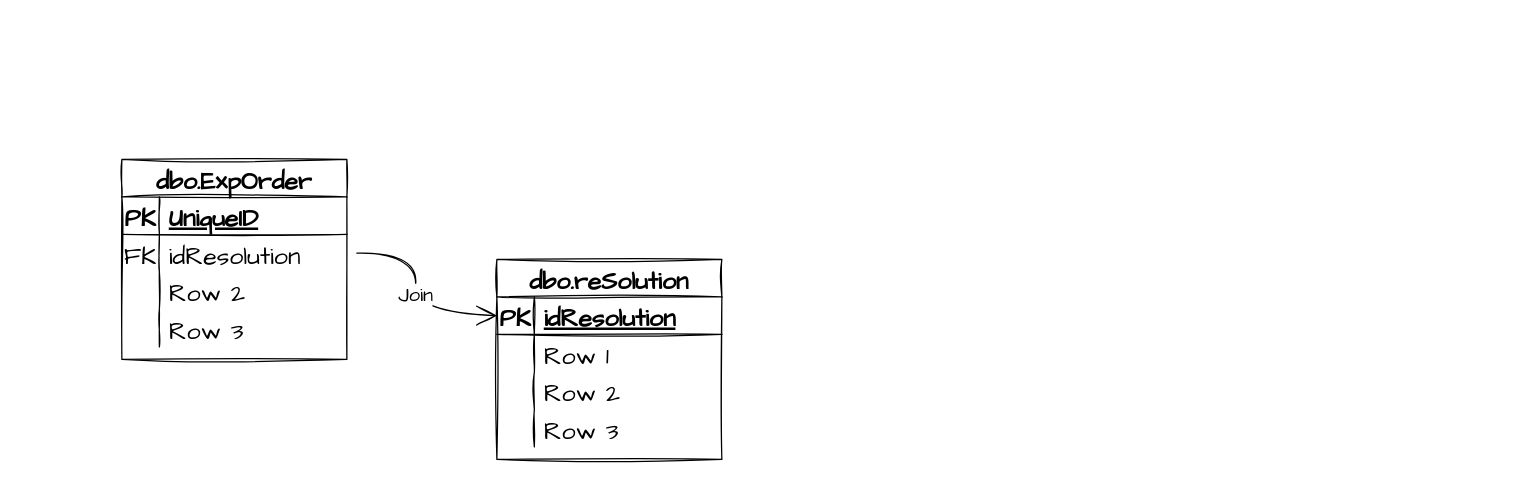
This is SQL/GRLS/dbo/StoredProc/GetRpTaskBMCP.sql/GetRpTaskBMCP.drawio from davyd0ff/so-line-grls, a draw.io file, before an edit. Source tidied: cells renumbered, new cells numbered last; positions are measured from the earlier drawing's top-left corner, leaving out a move shared by most shapes. Both pictures are drawn from the tidied source at 125%, with x=0, y=0 at pixel (121, 159).
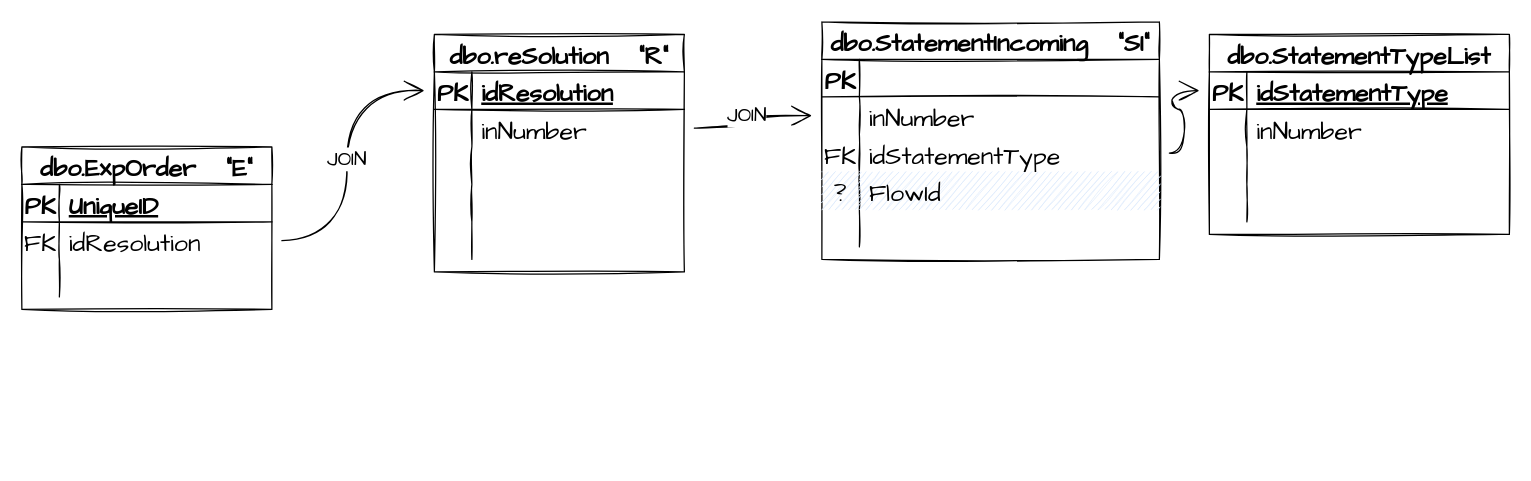
The same page after the edit.

The edit, as a diff of the source:
```diff
@@
-    <mxCell id="2" value="dbo.ExpOrder" style="shape=table;startSize=30;childLayout=tableLayout;rowLines=0;fontStyle=1;align=center;sketch=1;hachureGap=4;fontFamily=Architects Daughter;fontSize=20;" parent="1" vertex="1">
-      <mxGeometry width="180" height="160" as="geometry" />
+    <mxCell id="2" value="dbo.ExpOrder   &quot;E&quot;" style="shape=table;startSize=30;childLayout=tableLayout;rowLines=0;fontStyle=1;align=center;sketch=1;hachureGap=4;fontFamily=Architects Daughter;fontSize=20;" parent="1" vertex="1">
+      <mxGeometry x="-80" y="-10" width="200" height="130" as="geometry" />
     </mxCell>
     <mxCell id="3" style="shape=tableRow;horizontal=0;startSize=0;swimlaneHead=0;swimlaneBody=0;fillColor=none;top=0;left=0;right=0;bottom=1;sketch=1;hachureGap=4;fontFamily=Architects Daughter;fontSize=20;" parent="2" vertex="1">
-      <mxGeometry y="30" width="180" height="30" as="geometry" />
+      <mxGeometry y="30" width="200" height="30" as="geometry" />
     </mxCell>
@@
     <mxCell id="5" value="UniqueID" style="shape=partialRectangle;fillColor=none;top=0;left=0;bottom=0;right=0;align=left;spacingLeft=6;fontStyle=5;overflow=hidden;sketch=1;hachureGap=4;fontFamily=Architects Daughter;fontSize=20;" parent="3" vertex="1">
-      <mxGeometry x="30" width="150" height="30" as="geometry" />
+      <mxGeometry x="30" width="170" height="30" as="geometry" />
     </mxCell>
     <mxCell id="6" style="shape=tableRow;horizontal=0;startSize=0;swimlaneHead=0;swimlaneBody=0;fillColor=none;points=[[0,0.5],[1,0.5]];portConstraint=eastwest;top=0;left=0;right=0;bottom=0;sketch=1;hachureGap=4;fontFamily=Architects Daughter;fontSize=20;" parent="2" vertex="1">
-      <mxGeometry y="60" width="180" height="30" as="geometry" />
+      <mxGeometry y="60" width="200" height="30" as="geometry" />
     </mxCell>
@@
     <mxCell id="8" value="idResolution" style="shape=partialRectangle;fillColor=none;top=0;left=0;bottom=0;right=0;align=left;spacingLeft=6;overflow=hidden;sketch=1;hachureGap=4;fontFamily=Architects Daughter;fontSize=20;" parent="6" vertex="1">
-      <mxGeometry x="30" width="150" height="30" as="geometry" />
+      <mxGeometry x="30" width="170" height="30" as="geometry" />
     </mxCell>
-    <mxCell id="9" style="shape=tableRow;horizontal=0;startSize=0;swimlaneHead=0;swimlaneBody=0;fillColor=none;points=[[0,0.5],[1,0.5]];portConstraint=eastwest;top=0;left=0;right=0;bottom=0;sketch=1;hachureGap=4;fontFamily=Architects Daughter;fontSize=20;" parent="2" vertex="1">
-      <mxGeometry y="90" width="180" height="30" as="geometry" />
-    </mxCell>
-    <mxCell id="10" style="shape=partialRectangle;fillColor=none;top=0;left=0;bottom=0;right=0;overflow=hidden;sketch=1;hachureGap=4;fontFamily=Architects Daughter;fontSize=20;" parent="9" vertex="1">
-      <mxGeometry width="30" height="30" as="geometry" />
-    </mxCell>
-    <mxCell id="11" value="Row 2" style="shape=partialRectangle;fillColor=none;top=0;left=0;bottom=0;right=0;align=left;spacingLeft=6;overflow=hidden;sketch=1;hachureGap=4;fontFamily=Architects Daughter;fontSize=20;" parent="9" vertex="1">
-      <mxGeometry x="30" width="150" height="30" as="geometry" />
-    </mxCell>
     <mxCell id="12" style="shape=tableRow;horizontal=0;startSize=0;swimlaneHead=0;swimlaneBody=0;fillColor=none;top=0;left=0;right=0;bottom=0;sketch=1;hachureGap=4;fontFamily=Architects Daughter;fontSize=20;" parent="2" vertex="1">
-      <mxGeometry y="120" width="180" height="30" as="geometry" />
+      <mxGeometry y="90" width="200" height="30" as="geometry" />
     </mxCell>
@@
-    <mxCell id="14" value="Row 3" style="shape=partialRectangle;fillColor=none;top=0;left=0;bottom=0;right=0;align=left;spacingLeft=6;overflow=hidden;sketch=1;hachureGap=4;fontFamily=Architects Daughter;fontSize=20;" parent="12" vertex="1">
-      <mxGeometry x="30" width="150" height="30" as="geometry" />
+    <mxCell id="14" value=" " style="shape=partialRectangle;fillColor=none;top=0;left=0;bottom=0;right=0;align=left;spacingLeft=6;overflow=hidden;sketch=1;hachureGap=4;fontFamily=Architects Daughter;fontSize=20;" parent="12" vertex="1">
+      <mxGeometry x="30" width="170" height="30" as="geometry" />
     </mxCell>
-    <mxCell id="15" value="dbo.reSolution" style="shape=table;startSize=30;childLayout=tableLayout;rowLines=0;fontStyle=1;align=center;sketch=1;hachureGap=4;fontFamily=Architects Daughter;fontSize=20;" parent="1" vertex="1">
-      <mxGeometry x="300" y="80" width="180" height="160" as="geometry" />
+    <mxCell id="15" value="dbo.reSolution   &quot;R&quot;" style="shape=table;startSize=30;childLayout=tableLayout;rowLines=0;fontStyle=1;align=center;sketch=1;hachureGap=4;fontFamily=Architects Daughter;fontSize=20;" parent="1" vertex="1">
+      <mxGeometry x="250" y="-100" width="200" height="190" as="geometry" />
     </mxCell>
     <mxCell id="16" style="shape=tableRow;horizontal=0;startSize=0;swimlaneHead=0;swimlaneBody=0;fillColor=none;points=[[0,0.5],[1,0.5]];portConstraint=eastwest;top=0;left=0;right=0;bottom=1;sketch=1;hachureGap=4;fontFamily=Architects Daughter;fontSize=20;" parent="15" vertex="1">
-      <mxGeometry y="30" width="180" height="30" as="geometry" />
+      <mxGeometry y="30" width="200" height="30" as="geometry" />
     </mxCell>
@@
     <mxCell id="18" value="idResolution" style="shape=partialRectangle;fillColor=none;top=0;left=0;bottom=0;right=0;align=left;spacingLeft=6;fontStyle=5;overflow=hidden;sketch=1;hachureGap=4;fontFamily=Architects Daughter;fontSize=20;" parent="16" vertex="1">
-      <mxGeometry x="30" width="150" height="30" as="geometry" />
+      <mxGeometry x="30" width="170" height="30" as="geometry" />
     </mxCell>
+    <mxCell id="9" style="shape=tableRow;horizontal=0;startSize=0;swimlaneHead=0;swimlaneBody=0;fillColor=none;points=[[0,0.5],[1,0.5]];portConstraint=eastwest;top=0;left=0;right=0;bottom=0;sketch=1;hachureGap=4;fontFamily=Architects Daughter;fontSize=20;" parent="15" vertex="1">
+      <mxGeometry y="60" width="200" height="30" as="geometry" />
+    </mxCell>
+    <mxCell id="10" style="shape=partialRectangle;fillColor=none;top=0;left=0;bottom=0;right=0;overflow=hidden;sketch=1;hachureGap=4;fontFamily=Architects Daughter;fontSize=20;" parent="9" vertex="1">
+      <mxGeometry width="30" height="30" as="geometry" />
+    </mxCell>
+    <mxCell id="11" value="inNumber" style="shape=partialRectangle;fillColor=none;top=0;left=0;bottom=0;right=0;align=left;spacingLeft=6;overflow=hidden;sketch=1;hachureGap=4;fontFamily=Architects Daughter;fontSize=20;" parent="9" vertex="1">
+      <mxGeometry x="30" width="170" height="30" as="geometry" />
+    </mxCell>
     <mxCell id="19" style="shape=tableRow;horizontal=0;startSize=0;swimlaneHead=0;swimlaneBody=0;fillColor=none;top=0;left=0;right=0;bottom=0;sketch=1;hachureGap=4;fontFamily=Architects Daughter;fontSize=20;" parent="15" vertex="1">
-      <mxGeometry y="60" width="180" height="30" as="geometry" />
+      <mxGeometry y="90" width="200" height="30" as="geometry" />
     </mxCell>
@@
-    <mxCell id="21" value="Row 1" style="shape=partialRectangle;fillColor=none;top=0;left=0;bottom=0;right=0;align=left;spacingLeft=6;overflow=hidden;sketch=1;hachureGap=4;fontFamily=Architects Daughter;fontSize=20;" parent="19" vertex="1">
-      <mxGeometry x="30" width="150" height="30" as="geometry" />
+    <mxCell id="21" style="shape=partialRectangle;fillColor=none;top=0;left=0;bottom=0;right=0;align=left;spacingLeft=6;overflow=hidden;sketch=1;hachureGap=4;fontFamily=Architects Daughter;fontSize=20;" parent="19" vertex="1">
+      <mxGeometry x="30" width="170" height="30" as="geometry" />
     </mxCell>
     <mxCell id="22" style="shape=tableRow;horizontal=0;startSize=0;swimlaneHead=0;swimlaneBody=0;fillColor=none;top=0;left=0;right=0;bottom=0;sketch=1;hachureGap=4;fontFamily=Architects Daughter;fontSize=20;" parent="15" vertex="1">
-      <mxGeometry y="90" width="180" height="30" as="geometry" />
+      <mxGeometry y="120" width="200" height="30" as="geometry" />
     </mxCell>
@@
-    <mxCell id="24" value="Row 2" style="shape=partialRectangle;fillColor=none;top=0;left=0;bottom=0;right=0;align=left;spacingLeft=6;overflow=hidden;sketch=1;hachureGap=4;fontFamily=Architects Daughter;fontSize=20;" parent="22" vertex="1">
-      <mxGeometry x="30" width="150" height="30" as="geometry" />
+    <mxCell id="24" value="  " style="shape=partialRectangle;fillColor=none;top=0;left=0;bottom=0;right=0;align=left;spacingLeft=6;overflow=hidden;sketch=1;hachureGap=4;fontFamily=Architects Daughter;fontSize=20;" parent="22" vertex="1">
+      <mxGeometry x="30" width="170" height="30" as="geometry" />
     </mxCell>
     <mxCell id="25" style="shape=tableRow;horizontal=0;startSize=0;swimlaneHead=0;swimlaneBody=0;fillColor=none;top=0;left=0;right=0;bottom=0;sketch=1;hachureGap=4;fontFamily=Architects Daughter;fontSize=20;" parent="15" vertex="1">
-      <mxGeometry y="120" width="180" height="30" as="geometry" />
+      <mxGeometry y="150" width="200" height="30" as="geometry" />
     </mxCell>
@@
-    <mxCell id="27" value="Row 3" style="shape=partialRectangle;fillColor=none;top=0;left=0;bottom=0;right=0;align=left;spacingLeft=6;overflow=hidden;sketch=1;hachureGap=4;fontFamily=Architects Daughter;fontSize=20;" parent="25" vertex="1">
-      <mxGeometry x="30" width="150" height="30" as="geometry" />
+    <mxCell id="27" value="  " style="shape=partialRectangle;fillColor=none;top=0;left=0;bottom=0;right=0;align=left;spacingLeft=6;overflow=hidden;sketch=1;hachureGap=4;fontFamily=Architects Daughter;fontSize=20;" parent="25" vertex="1">
+      <mxGeometry x="30" width="170" height="30" as="geometry" />
     </mxCell>
-    <mxCell id="28" value="Join" style="edgeStyle=orthogonalEdgeStyle;curved=1;rounded=0;sketch=1;hachureGap=4;jettySize=auto;html=1;entryX=0;entryY=0.5;entryDx=0;entryDy=0;fontFamily=Architects Daughter;fontSize=16;endArrow=open;startSize=14;endSize=14;sourcePerimeterSpacing=8;targetPerimeterSpacing=8;" parent="1" edge="1" source="6" target="16">
+    <mxCell id="28" value="JOIN" style="edgeStyle=orthogonalEdgeStyle;curved=1;rounded=0;sketch=1;hachureGap=4;jettySize=auto;html=1;fontFamily=Architects Daughter;fontSize=16;endArrow=open;startSize=14;endSize=14;sourcePerimeterSpacing=8;targetPerimeterSpacing=8;" parent="1" edge="1" source="6" target="16">
       <mxGeometry relative="1" as="geometry" />
     </mxCell>
+    <mxCell id="29" value="dbo.StatementIncoming   &quot;SI&quot;" style="shape=table;startSize=30;childLayout=tableLayout;rowLines=0;fontStyle=1;align=center;sketch=1;hachureGap=4;fontFamily=Architects Daughter;fontSize=20;" parent="1" vertex="1">
+      <mxGeometry x="560" y="-110" width="270" height="190" as="geometry" />
+    </mxCell>
+    <mxCell id="30" style="shape=tableRow;horizontal=0;startSize=0;swimlaneHead=0;swimlaneBody=0;fillColor=none;top=0;left=0;right=0;bottom=1;sketch=1;hachureGap=4;fontFamily=Architects Daughter;fontSize=20;" parent="29" vertex="1">
+      <mxGeometry y="30" width="270" height="30" as="geometry" />
+    </mxCell>
+    <mxCell id="31" value="PK" style="shape=partialRectangle;fillColor=none;top=0;left=0;bottom=0;right=0;fontStyle=1;overflow=hidden;sketch=1;hachureGap=4;fontFamily=Architects Daughter;fontSize=20;" parent="30" vertex="1">
+      <mxGeometry width="30" height="30" as="geometry" />
+    </mxCell>
+    <mxCell id="32" style="shape=partialRectangle;fillColor=none;top=0;left=0;bottom=0;right=0;align=left;spacingLeft=6;fontStyle=5;overflow=hidden;sketch=1;hachureGap=4;fontFamily=Architects Daughter;fontSize=20;" parent="30" vertex="1">
+      <mxGeometry x="30" width="240" height="30" as="geometry" />
+    </mxCell>
+    <mxCell id="33" style="shape=tableRow;horizontal=0;startSize=0;swimlaneHead=0;swimlaneBody=0;fillColor=none;points=[[0,0.5],[1,0.5]];portConstraint=eastwest;top=0;left=0;right=0;bottom=0;sketch=1;hachureGap=4;fontFamily=Architects Daughter;fontSize=20;" parent="29" vertex="1">
+      <mxGeometry y="60" width="270" height="30" as="geometry" />
+    </mxCell>
+    <mxCell id="34" style="shape=partialRectangle;fillColor=none;top=0;left=0;bottom=0;right=0;overflow=hidden;sketch=1;hachureGap=4;fontFamily=Architects Daughter;fontSize=20;" parent="33" vertex="1">
+      <mxGeometry width="30" height="30" as="geometry" />
+    </mxCell>
+    <mxCell id="35" value="inNumber" style="shape=partialRectangle;fillColor=none;top=0;left=0;bottom=0;right=0;align=left;spacingLeft=6;overflow=hidden;sketch=1;hachureGap=4;fontFamily=Architects Daughter;fontSize=20;" parent="33" vertex="1">
+      <mxGeometry x="30" width="240" height="30" as="geometry" />
+    </mxCell>
+    <mxCell id="36" style="shape=tableRow;horizontal=0;startSize=0;swimlaneHead=0;swimlaneBody=0;fillColor=none;points=[[0,0.5],[1,0.5]];portConstraint=eastwest;top=0;left=0;right=0;bottom=0;sketch=1;hachureGap=4;fontFamily=Architects Daughter;fontSize=20;" parent="29" vertex="1">
+      <mxGeometry y="90" width="270" height="30" as="geometry" />
+    </mxCell>
+    <mxCell id="37" value="FK" style="shape=partialRectangle;fillColor=none;top=0;left=0;bottom=0;right=0;overflow=hidden;sketch=1;hachureGap=4;fontFamily=Architects Daughter;fontSize=20;" parent="36" vertex="1">
+      <mxGeometry width="30" height="30" as="geometry" />
+    </mxCell>
+    <mxCell id="38" value="idStatementType" style="shape=partialRectangle;fillColor=none;top=0;left=0;bottom=0;right=0;align=left;spacingLeft=6;overflow=hidden;sketch=1;hachureGap=4;fontFamily=Architects Daughter;fontSize=20;" parent="36" vertex="1">
+      <mxGeometry x="30" width="240" height="30" as="geometry" />
+    </mxCell>
+    <mxCell id="39" style="shape=tableRow;horizontal=0;startSize=0;swimlaneHead=0;swimlaneBody=0;fillColor=none;top=0;left=0;right=0;bottom=0;sketch=1;hachureGap=4;fontFamily=Architects Daughter;fontSize=20;" parent="29" vertex="1">
+      <mxGeometry y="120" width="270" height="30" as="geometry" />
+    </mxCell>
+    <mxCell id="40" value="?" style="shape=partialRectangle;fillColor=#dae8fc;top=0;left=0;bottom=0;right=0;overflow=hidden;sketch=1;hachureGap=4;fontFamily=Architects Daughter;fontSize=20;strokeColor=#6c8ebf;" parent="39" vertex="1">
+      <mxGeometry width="30" height="30" as="geometry" />
+    </mxCell>
+    <mxCell id="41" value="FlowId" style="shape=partialRectangle;fillColor=#dae8fc;top=0;left=0;bottom=0;right=0;align=left;spacingLeft=6;overflow=hidden;sketch=1;hachureGap=4;fontFamily=Architects Daughter;fontSize=20;strokeColor=#6c8ebf;" parent="39" vertex="1">
+      <mxGeometry x="30" width="240" height="30" as="geometry" />
+    </mxCell>
+    <mxCell id="42" style="shape=tableRow;horizontal=0;startSize=0;swimlaneHead=0;swimlaneBody=0;fillColor=none;top=0;left=0;right=0;bottom=0;sketch=1;hachureGap=4;fontFamily=Architects Daughter;fontSize=20;" parent="29" vertex="1">
+      <mxGeometry y="150" width="270" height="30" as="geometry" />
+    </mxCell>
+    <mxCell id="43" style="shape=partialRectangle;fillColor=none;top=0;left=0;bottom=0;right=0;overflow=hidden;sketch=1;hachureGap=4;fontFamily=Architects Daughter;fontSize=20;" parent="42" vertex="1">
+      <mxGeometry width="30" height="30" as="geometry" />
+    </mxCell>
+    <mxCell id="44" style="shape=partialRectangle;fillColor=none;top=0;left=0;bottom=0;right=0;align=left;spacingLeft=6;overflow=hidden;sketch=1;hachureGap=4;fontFamily=Architects Daughter;fontSize=20;" parent="42" vertex="1">
+      <mxGeometry x="30" width="240" height="30" as="geometry" />
+    </mxCell>
+    <mxCell id="45" value="JOIN" style="edgeStyle=orthogonalEdgeStyle;curved=1;rounded=0;sketch=1;hachureGap=4;jettySize=auto;html=1;fontFamily=Architects Daughter;fontSize=16;endArrow=open;startSize=14;endSize=14;sourcePerimeterSpacing=8;targetPerimeterSpacing=8;" parent="1" edge="1" source="9" target="33">
+      <mxGeometry relative="1" as="geometry" />
+    </mxCell>
+    <mxCell id="46" value="dbo.StatementTypeList" style="shape=table;startSize=30;childLayout=tableLayout;rowLines=0;fontStyle=1;align=center;sketch=1;hachureGap=4;fontFamily=Architects Daughter;fontSize=20;" parent="1" vertex="1">
+      <mxGeometry x="870" y="-100" width="240" height="160" as="geometry" />
+    </mxCell>
+    <mxCell id="47" style="shape=tableRow;horizontal=0;startSize=0;swimlaneHead=0;swimlaneBody=0;fillColor=none;points=[[0,0.5],[1,0.5]];portConstraint=eastwest;top=0;left=0;right=0;bottom=1;sketch=1;hachureGap=4;fontFamily=Architects Daughter;fontSize=20;" parent="46" vertex="1">
+      <mxGeometry y="30" width="240" height="30" as="geometry" />
+    </mxCell>
+    <mxCell id="48" value="PK" style="shape=partialRectangle;fillColor=none;top=0;left=0;bottom=0;right=0;fontStyle=1;overflow=hidden;sketch=1;hachureGap=4;fontFamily=Architects Daughter;fontSize=20;" parent="47" vertex="1">
+      <mxGeometry width="30" height="30" as="geometry" />
+    </mxCell>
+    <mxCell id="49" value="idStatementType" style="shape=partialRectangle;fillColor=none;top=0;left=0;bottom=0;right=0;align=left;spacingLeft=6;fontStyle=5;overflow=hidden;sketch=1;hachureGap=4;fontFamily=Architects Daughter;fontSize=20;" parent="47" vertex="1">
+      <mxGeometry x="30" width="210" height="30" as="geometry" />
+    </mxCell>
+    <mxCell id="50" style="shape=tableRow;horizontal=0;startSize=0;swimlaneHead=0;swimlaneBody=0;fillColor=none;top=0;left=0;right=0;bottom=0;sketch=1;hachureGap=4;fontFamily=Architects Daughter;fontSize=20;" parent="46" vertex="1">
+      <mxGeometry y="60" width="240" height="30" as="geometry" />
+    </mxCell>
+    <mxCell id="51" style="shape=partialRectangle;fillColor=none;top=0;left=0;bottom=0;right=0;overflow=hidden;sketch=1;hachureGap=4;fontFamily=Architects Daughter;fontSize=20;" parent="50" vertex="1">
+      <mxGeometry width="30" height="30" as="geometry" />
+    </mxCell>
+    <mxCell id="52" value="inNumber" style="shape=partialRectangle;fillColor=none;top=0;left=0;bottom=0;right=0;align=left;spacingLeft=6;overflow=hidden;sketch=1;hachureGap=4;fontFamily=Architects Daughter;fontSize=20;" parent="50" vertex="1">
+      <mxGeometry x="30" width="210" height="30" as="geometry" />
+    </mxCell>
+    <mxCell id="53" style="shape=tableRow;horizontal=0;startSize=0;swimlaneHead=0;swimlaneBody=0;fillColor=none;top=0;left=0;right=0;bottom=0;sketch=1;hachureGap=4;fontFamily=Architects Daughter;fontSize=20;" parent="46" vertex="1">
+      <mxGeometry y="90" width="240" height="30" as="geometry" />
+    </mxCell>
+    <mxCell id="54" style="shape=partialRectangle;fillColor=none;top=0;left=0;bottom=0;right=0;overflow=hidden;sketch=1;hachureGap=4;fontFamily=Architects Daughter;fontSize=20;" parent="53" vertex="1">
+      <mxGeometry width="30" height="30" as="geometry" />
+    </mxCell>
+    <mxCell id="55" value="  " style="shape=partialRectangle;fillColor=none;top=0;left=0;bottom=0;right=0;align=left;spacingLeft=6;overflow=hidden;sketch=1;hachureGap=4;fontFamily=Architects Daughter;fontSize=20;" parent="53" vertex="1">
+      <mxGeometry x="30" width="210" height="30" as="geometry" />
+    </mxCell>
+    <mxCell id="56" style="shape=tableRow;horizontal=0;startSize=0;swimlaneHead=0;swimlaneBody=0;fillColor=none;top=0;left=0;right=0;bottom=0;sketch=1;hachureGap=4;fontFamily=Architects Daughter;fontSize=20;" parent="46" vertex="1">
+      <mxGeometry y="120" width="240" height="30" as="geometry" />
+    </mxCell>
+    <mxCell id="57" style="shape=partialRectangle;fillColor=none;top=0;left=0;bottom=0;right=0;overflow=hidden;sketch=1;hachureGap=4;fontFamily=Architects Daughter;fontSize=20;" parent="56" vertex="1">
+      <mxGeometry width="30" height="30" as="geometry" />
+    </mxCell>
+    <mxCell id="58" value="   " style="shape=partialRectangle;fillColor=none;top=0;left=0;bottom=0;right=0;align=left;spacingLeft=6;overflow=hidden;sketch=1;hachureGap=4;fontFamily=Architects Daughter;fontSize=20;" parent="56" vertex="1">
+      <mxGeometry x="30" width="210" height="30" as="geometry" />
+    </mxCell>
+    <mxCell id="59" style="edgeStyle=orthogonalEdgeStyle;curved=1;rounded=0;sketch=1;hachureGap=4;jettySize=auto;html=1;fontFamily=Architects Daughter;fontSize=16;endArrow=open;startSize=14;endSize=14;sourcePerimeterSpacing=8;targetPerimeterSpacing=8;" parent="1" edge="1" source="36" target="47">
+      <mxGeometry relative="1" as="geometry" />
+    </mxCell>
```
